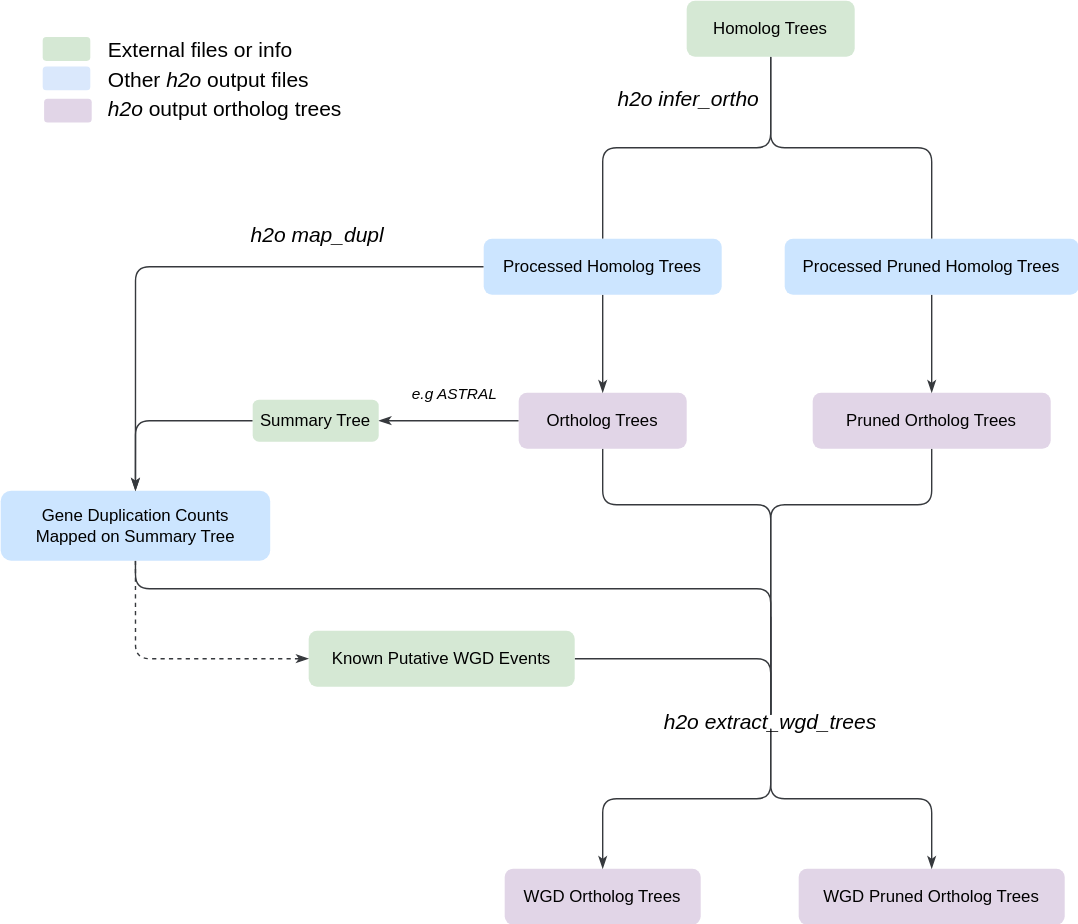
Before: tutorials/main_workflow.drawio.svg, a diagram exported from draw.io (fkyeeb/H2O). Source tidied: cells renumbered, new cells last; positions are measured from the earlier drawing's top-left corner, leaving out a move shared by most shapes.
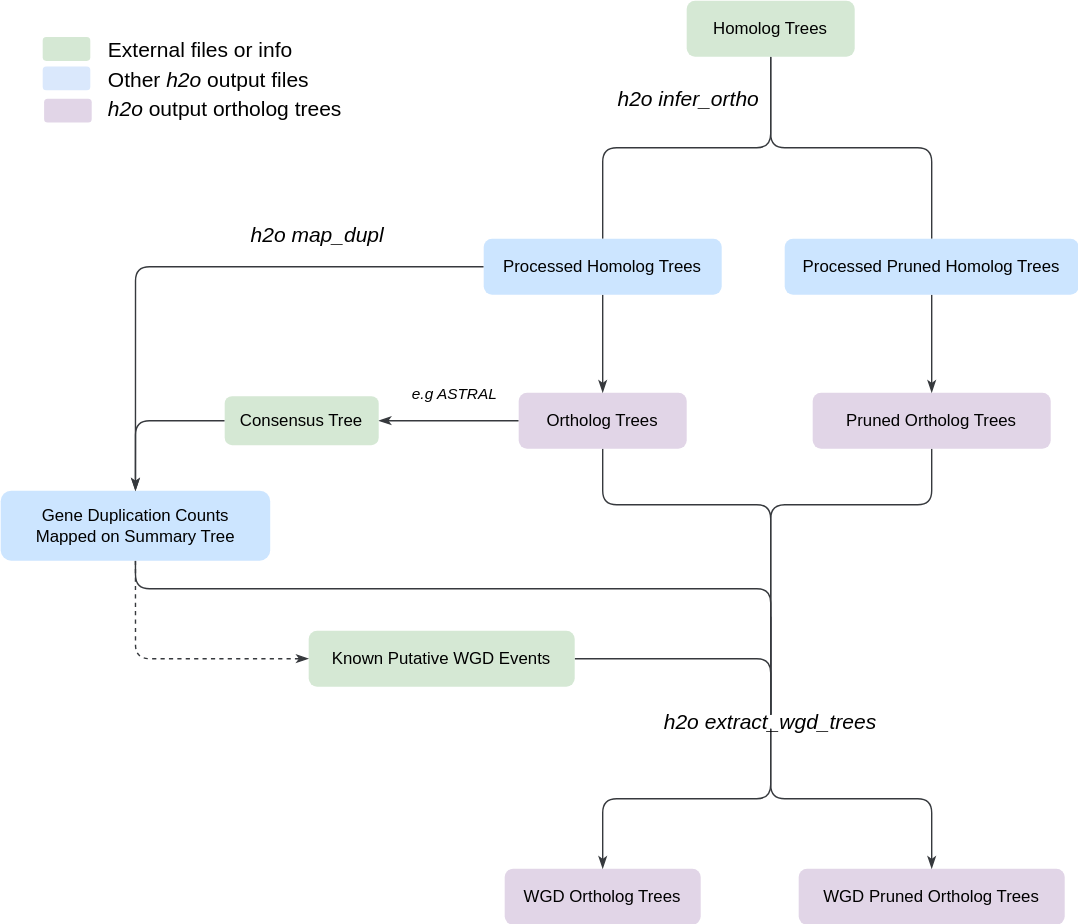
Later version of the same file.

Change to the diagram source:
```diff
@@ -63,8 +63,8 @@
     <mxCell id="15" style="edgeStyle=orthogonalEdgeStyle;shape=connector;rounded=1;jettySize=auto;html=1;exitX=0;exitY=0.5;exitDx=0;exitDy=0;entryX=0.5;entryY=0;entryDx=0;entryDy=0;shadow=0;strokeColor=#36393d;strokeWidth=1;align=center;verticalAlign=middle;fontFamily=Helvetica;fontSize=11;fontColor=default;labelBackgroundColor=none;endArrow=classicThin;endFill=1;fillColor=#cce5ff;" parent="1" edge="1" source="16" target="14">
       <mxGeometry relative="1" as="geometry" />
     </mxCell>
-    <mxCell id="16" value="Summary Tree" style="rounded=1;whiteSpace=wrap;html=1;fontSize=12;glass=0;strokeWidth=1;shadow=0;fillColor=#d5e8d4;strokeColor=none;" parent="1" vertex="1">
-      <mxGeometry x="180" y="285" width="90" height="30" as="geometry" />
+    <mxCell id="16" value="Consensus Tree" style="rounded=1;whiteSpace=wrap;html=1;fontSize=12;glass=0;strokeWidth=1;shadow=0;fillColor=#d5e8d4;strokeColor=none;" parent="1" vertex="1">
+      <mxGeometry x="160" y="282.5" width="110" height="35" as="geometry" />
     </mxCell>
     <mxCell id="17" value="WGD Ortholog Trees" style="rounded=1;whiteSpace=wrap;html=1;fontSize=12;glass=0;strokeWidth=1;shadow=0;fillColor=#e1d5e7;strokeColor=none;" parent="1" vertex="1">
       <mxGeometry x="360" y="620" width="140" height="40" as="geometry" />
```
